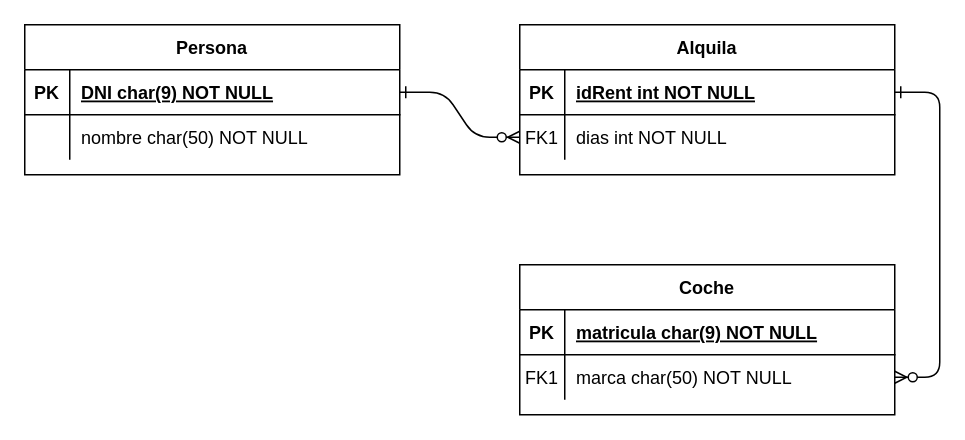
The draw.io diagram src/Untitled Diagram.drawio in GinesRodriguez/GraphsDBWebinar0120, before the edit. Source tidied: cells renumbered, new cells numbered last; positions are measured from the earlier drawing's top-left corner, leaving out a move shared by most shapes. Both pictures are drawn from the tidied source at 150%, with x=0, y=0 at pixel (24, 24).
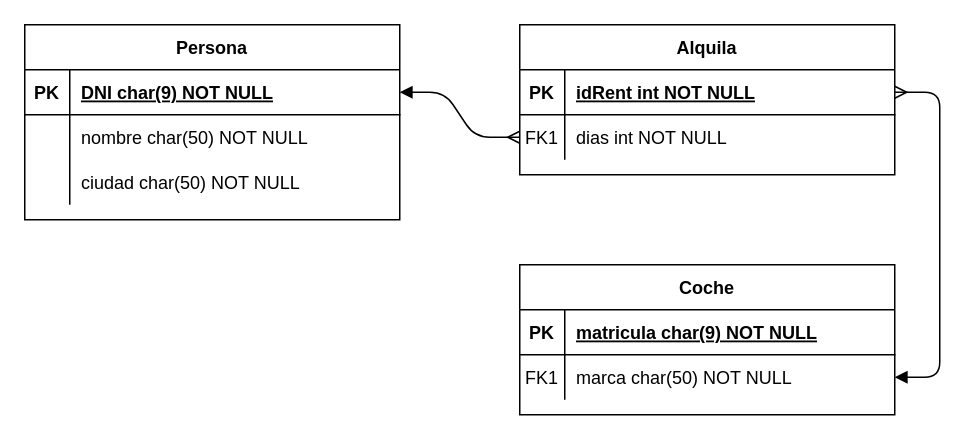
Above is the later version.

Unchanged cells that the change refers to:
```xml
<mxCell id="5" style="shape=partialRectangle;fillColor=none;points=[[0,0.5],[1,0.5]];portConstraint=eastwest;top=0;left=0;right=0;bottom=1;" parent="4" vertex="1">
  <mxGeometry y="30" width="250" height="30" as="geometry" />
</mxCell>
<mxCell id="8" style="shape=partialRectangle;fillColor=none;points=[[0,0.5],[1,0.5]];portConstraint=eastwest;top=0;left=0;right=0;bottom=0;" parent="4" vertex="1">
  <mxGeometry y="60" width="250" height="30" as="geometry" />
</mxCell>
<mxCell id="15" style="shape=partialRectangle;fillColor=none;points=[[0,0.5],[1,0.5]];portConstraint=eastwest;top=0;left=0;right=0;bottom=0;" parent="11" vertex="1">
  <mxGeometry y="60" width="250" height="30" as="geometry" />
</mxCell>
<mxCell id="19" style="shape=partialRectangle;fillColor=none;points=[[0,0.5],[1,0.5]];portConstraint=eastwest;top=0;left=0;right=0;bottom=1;" parent="18" vertex="1">
  <mxGeometry y="30" width="250" height="30" as="geometry" />
</mxCell>
```

Diff of the diagram source:
```diff
@@
-    <mxCell id="2" style="edgeStyle=entityRelationEdgeStyle;endArrow=ERzeroToMany;startArrow=ERone;endFill=1;startFill=0;" parent="1" edge="1" source="19" target="8">
+    <mxCell id="2" style="edgeStyle=entityRelationEdgeStyle;endArrow=ERmany;startArrow=block;endFill=0;startFill=1;" parent="1" edge="1" source="19" target="8">
       <mxGeometry relative="1" as="geometry" />
     </mxCell>
-    <mxCell id="3" style="edgeStyle=entityRelationEdgeStyle;endArrow=ERzeroToMany;startArrow=ERone;endFill=1;startFill=0;" parent="1" edge="1" source="5" target="15">
+    <mxCell id="3" style="edgeStyle=entityRelationEdgeStyle;endArrow=block;startArrow=ERmany;endFill=1;startFill=0;" parent="1" edge="1" source="5" target="15">
       <mxGeometry relative="1" as="geometry" />
     </mxCell>
@@
     <mxCell id="18" value="Persona" style="shape=table;startSize=30;childLayout=tableLayout;rowLines=0;fontStyle=1;align=center;" parent="1" vertex="1">
-      <mxGeometry width="250" height="100" as="geometry" />
+      <mxGeometry width="250" height="130" as="geometry" />
     </mxCell>
@@
+    <mxCell id="25" style="shape=partialRectangle;fillColor=none;top=0;left=0;right=0;bottom=0;" parent="18" vertex="1">
+      <mxGeometry y="90" width="250" height="30" as="geometry" />
+    </mxCell>
+    <mxCell id="26" style="shape=partialRectangle;overflow=hidden;fillColor=none;top=0;left=0;bottom=0;right=0;" parent="25" vertex="1">
+      <mxGeometry width="30" height="30" as="geometry" />
+    </mxCell>
+    <mxCell id="27" value="ciudad char(50) NOT NULL" style="shape=partialRectangle;overflow=hidden;fillColor=none;top=0;left=0;bottom=0;right=0;align=left;spacingLeft=6;" parent="25" vertex="1">
+      <mxGeometry x="30" width="220" height="30" as="geometry" />
+    </mxCell>
```
